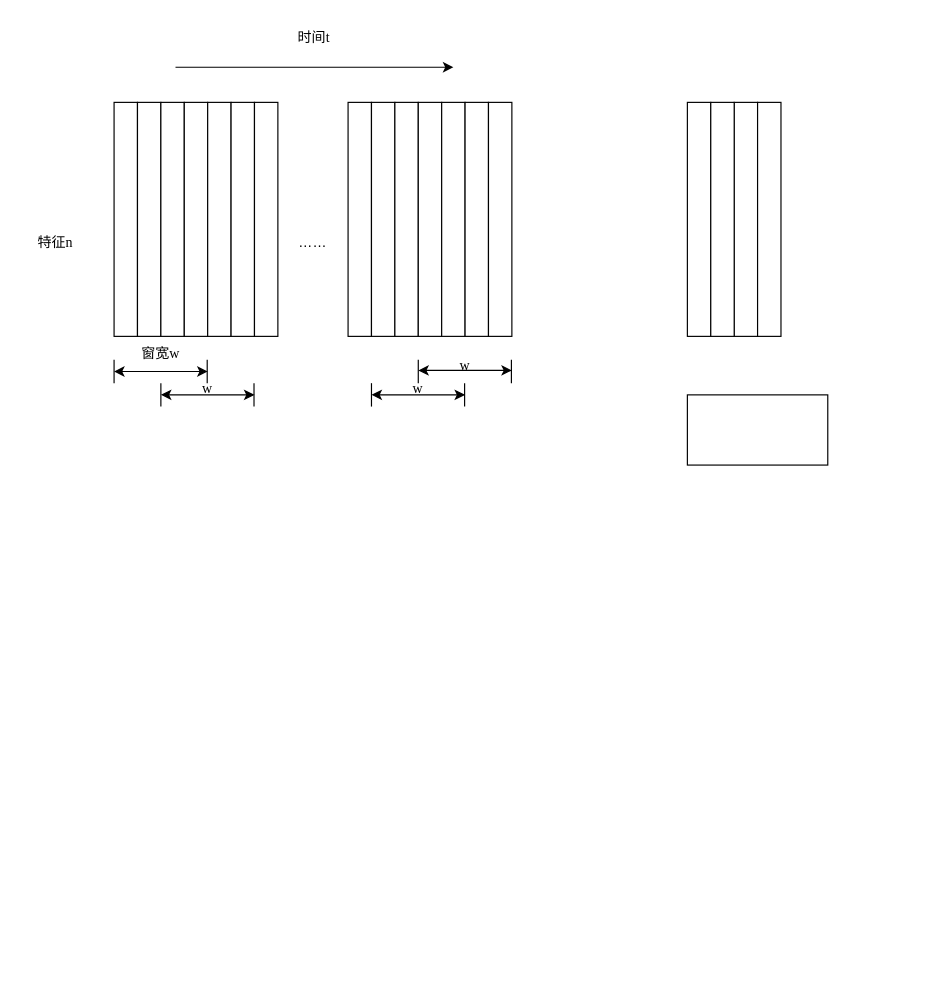
Abccccd/-2 keeps this draw.io diagram as 滑窗示意图.drawio. Above is the earlier version. Source tidied: cells renumbered, new cells numbered last; positions are measured from the earlier drawing's top-left corner, leaving out a move shared by most shapes. Both pictures are drawn from the tidied source at 117%, with x=0, y=0 at pixel (20, 20).
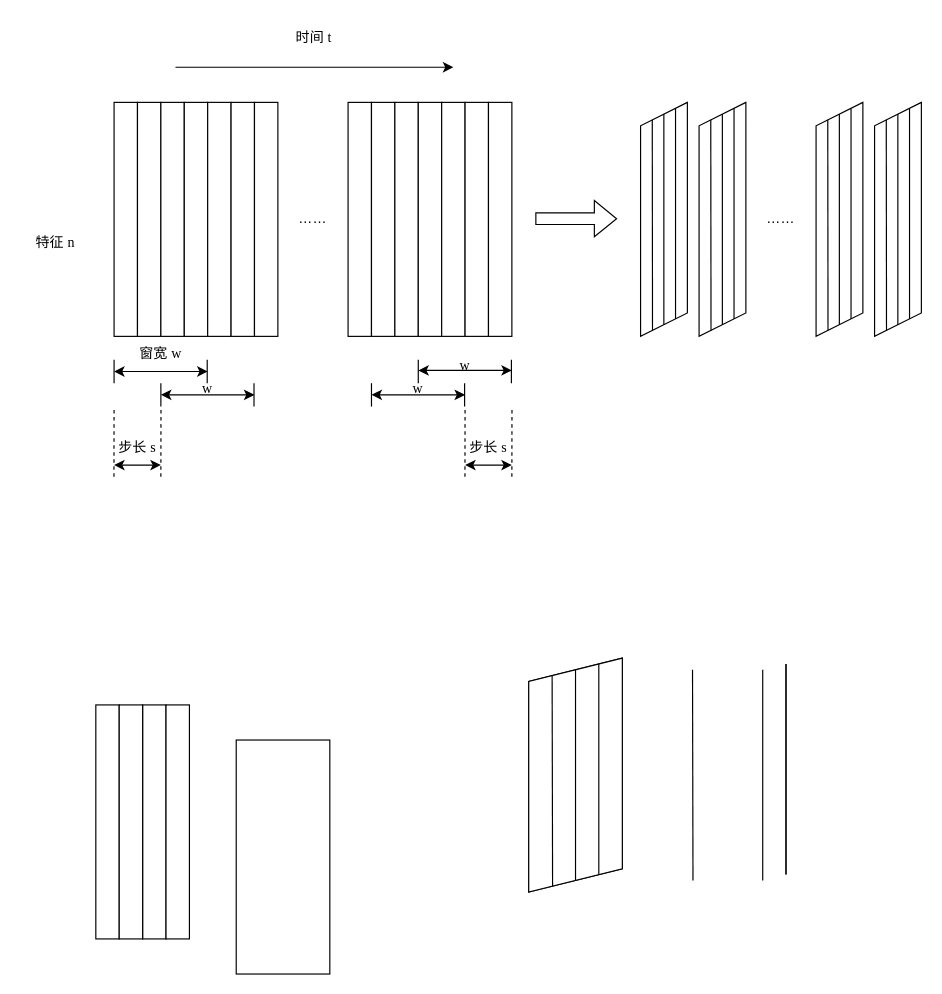
After the change.

Commit message (it also covers changes not shown here):
滑窗示意图.drawio

Change to the diagram source:
```diff
@@
+    <mxCell id="41" style="shape=parallelogram;perimeter=parallelogramPerimeter;whiteSpace=wrap;html=1;fixedSize=1;rotation=90;direction=west;flipH=1;" parent="1" vertex="1">
+      <mxGeometry x="374.4" y="605" width="200" height="80" as="geometry" />
+    </mxCell>
+    <mxCell id="42" style="endArrow=none;html=1;rounded=0;exitX=0.975;exitY=0.255;exitDx=0;exitDy=0;exitPerimeter=0;entryX=0.074;entryY=0.25;entryDx=0;entryDy=0;entryPerimeter=0;" parent="1" edge="1" source="41" target="41">
+      <mxGeometry relative="1" as="geometry" />
+    </mxCell>
+    <mxCell id="43" style="endArrow=none;html=1;rounded=0;exitX=0.975;exitY=0.255;exitDx=0;exitDy=0;exitPerimeter=0;entryX=0.074;entryY=0.25;entryDx=0;entryDy=0;entryPerimeter=0;" parent="1" edge="1">
+      <mxGeometry relative="1" as="geometry">
+        <mxPoint x="474.4" y="735" as="sourcePoint" />
+        <mxPoint x="474.4" y="555" as="targetPoint" />
+      </mxGeometry>
+    </mxCell>
+    <mxCell id="44" style="endArrow=none;html=1;rounded=0;exitX=0.975;exitY=0.255;exitDx=0;exitDy=0;exitPerimeter=0;entryX=0.074;entryY=0.25;entryDx=0;entryDy=0;entryPerimeter=0;" parent="1" edge="1">
+      <mxGeometry relative="1" as="geometry">
+        <mxPoint x="494.3" y="730" as="sourcePoint" />
+        <mxPoint x="494.3" y="550" as="targetPoint" />
+      </mxGeometry>
+    </mxCell>
+    <mxCell id="45" style="shape=parallelogram;perimeter=parallelogramPerimeter;whiteSpace=wrap;html=1;fixedSize=1;rotation=90;direction=west;flipH=1;" parent="1" vertex="1">
+      <mxGeometry x="374.4" y="605" width="200" height="80" as="geometry" />
+    </mxCell>
+    <mxCell id="46" style="endArrow=none;html=1;rounded=0;exitX=0.975;exitY=0.255;exitDx=0;exitDy=0;exitPerimeter=0;entryX=0.074;entryY=0.25;entryDx=0;entryDy=0;entryPerimeter=0;" parent="1" edge="1" source="45" target="45">
+      <mxGeometry relative="1" as="geometry" />
+    </mxCell>
+    <mxCell id="47" style="endArrow=none;html=1;rounded=0;exitX=0.975;exitY=0.255;exitDx=0;exitDy=0;exitPerimeter=0;entryX=0.074;entryY=0.25;entryDx=0;entryDy=0;entryPerimeter=0;" parent="1" edge="1">
+      <mxGeometry relative="1" as="geometry">
+        <mxPoint x="474.4" y="735" as="sourcePoint" />
+        <mxPoint x="474.4" y="555" as="targetPoint" />
+      </mxGeometry>
+    </mxCell>
+    <mxCell id="48" style="endArrow=none;html=1;rounded=0;exitX=0.975;exitY=0.255;exitDx=0;exitDy=0;exitPerimeter=0;entryX=0.074;entryY=0.25;entryDx=0;entryDy=0;entryPerimeter=0;" parent="1" edge="1">
+      <mxGeometry relative="1" as="geometry">
+        <mxPoint x="494.3" y="730" as="sourcePoint" />
+        <mxPoint x="494.3" y="550" as="targetPoint" />
+      </mxGeometry>
+    </mxCell>
@@
-    <mxCell id="16" value="特征&lt;font face=&quot;Times New Roman&quot;&gt;n&lt;/font&gt;" style="text;html=1;align=center;verticalAlign=middle;whiteSpace=wrap;rounded=0;" parent="1" vertex="1">
+    <mxCell id="16" value="特征&amp;nbsp;&lt;font face=&quot;Times New Roman&quot;&gt;n&lt;/font&gt;" style="text;html=1;align=center;verticalAlign=middle;whiteSpace=wrap;rounded=0;" parent="1" vertex="1">
       <mxGeometry y="140" width="60" height="100" as="geometry" />
     </mxCell>
-    <mxCell id="17" value="时间&lt;font face=&quot;Times New Roman&quot;&gt;t&lt;/font&gt;" style="text;html=1;align=center;verticalAlign=middle;whiteSpace=wrap;rounded=0;" parent="1" vertex="1">
+    <mxCell id="17" value="时间&amp;nbsp;&lt;font face=&quot;Times New Roman&quot;&gt;t&lt;/font&gt;" style="text;html=1;align=center;verticalAlign=middle;whiteSpace=wrap;rounded=0;" parent="1" vertex="1">
       <mxGeometry x="221.2" width="60" height="30" as="geometry" />
     </mxCell>
@@
-    <mxCell id="25" value="窗宽&lt;font face=&quot;Times New Roman&quot;&gt;w&lt;/font&gt;" style="text;html=1;align=center;verticalAlign=middle;whiteSpace=wrap;rounded=0;" parent="1" vertex="1">
+    <mxCell id="25" value="窗宽&amp;nbsp;&lt;font face=&quot;Times New Roman&quot;&gt;w&lt;/font&gt;" style="text;html=1;align=center;verticalAlign=middle;whiteSpace=wrap;rounded=0;" parent="1" vertex="1">
       <mxGeometry x="90" y="270" width="60" height="30" as="geometry" />
     </mxCell>
@@
     <mxCell id="35" value="&lt;font face=&quot;SimSun&quot;&gt;……&lt;/font&gt;" style="text;html=1;align=center;verticalAlign=middle;whiteSpace=wrap;rounded=0;" parent="1" vertex="1">
-      <mxGeometry x="220" y="175" width="60" height="30" as="geometry" />
+      <mxGeometry x="220" y="155" width="60" height="30" as="geometry" />
     </mxCell>
     <mxCell id="36" style="rounded=0;whiteSpace=wrap;html=1;" parent="1" vertex="1">
-      <mxGeometry x="570" y="70" width="20" height="200" as="geometry" />
+      <mxGeometry x="64.4" y="585" width="20" height="200" as="geometry" />
     </mxCell>
     <mxCell id="37" style="rounded=0;whiteSpace=wrap;html=1;" parent="1" vertex="1">
-      <mxGeometry x="610" y="70" width="20" height="200" as="geometry" />
+      <mxGeometry x="104.4" y="585" width="20" height="200" as="geometry" />
     </mxCell>
     <mxCell id="38" style="rounded=0;whiteSpace=wrap;html=1;" parent="1" vertex="1">
-      <mxGeometry x="630" y="70" width="20" height="200" as="geometry" />
+      <mxGeometry x="124.4" y="585" width="20" height="200" as="geometry" />
     </mxCell>
     <mxCell id="39" style="rounded=0;whiteSpace=wrap;html=1;" parent="1" vertex="1">
-      <mxGeometry x="590" y="70" width="20" height="200" as="geometry" />
+      <mxGeometry x="84.4" y="585" width="20" height="200" as="geometry" />
     </mxCell>
     <mxCell id="40" style="rounded=0;whiteSpace=wrap;html=1;" parent="1" vertex="1">
-      <mxGeometry x="570" y="320" width="120" height="60" as="geometry" />
+      <mxGeometry x="184.4" y="615" width="80" height="200" as="geometry" />
     </mxCell>
+    <mxCell id="49" style="endArrow=none;html=1;rounded=0;exitX=0.975;exitY=0.255;exitDx=0;exitDy=0;exitPerimeter=0;entryX=0.074;entryY=0.25;entryDx=0;entryDy=0;entryPerimeter=0;" parent="1" edge="1">
+      <mxGeometry relative="1" as="geometry">
+        <mxPoint x="574.8" y="735.1" as="sourcePoint" />
+        <mxPoint x="574.4" y="554.9" as="targetPoint" />
+      </mxGeometry>
+    </mxCell>
+    <mxCell id="50" style="endArrow=none;html=1;rounded=0;exitX=0.975;exitY=0.255;exitDx=0;exitDy=0;exitPerimeter=0;entryX=0.074;entryY=0.25;entryDx=0;entryDy=0;entryPerimeter=0;" parent="1" edge="1">
+      <mxGeometry relative="1" as="geometry">
+        <mxPoint x="634.4" y="735" as="sourcePoint" />
+        <mxPoint x="634.4" y="555" as="targetPoint" />
+      </mxGeometry>
+    </mxCell>
+    <mxCell id="51" style="endArrow=none;html=1;rounded=0;exitX=0.975;exitY=0.255;exitDx=0;exitDy=0;exitPerimeter=0;entryX=0.074;entryY=0.25;entryDx=0;entryDy=0;entryPerimeter=0;" parent="1" edge="1">
+      <mxGeometry relative="1" as="geometry">
+        <mxPoint x="654.3" y="730" as="sourcePoint" />
+        <mxPoint x="654.3" y="550" as="targetPoint" />
+      </mxGeometry>
+    </mxCell>
+    <mxCell id="52" style="endArrow=none;html=1;rounded=0;exitX=0.975;exitY=0.255;exitDx=0;exitDy=0;exitPerimeter=0;entryX=0.074;entryY=0.25;entryDx=0;entryDy=0;entryPerimeter=0;" parent="1" edge="1">
+      <mxGeometry relative="1" as="geometry">
+        <mxPoint x="654.3" y="730" as="sourcePoint" />
+        <mxPoint x="654.3" y="550" as="targetPoint" />
+      </mxGeometry>
+    </mxCell>
+    <mxCell id="53" style="group;" parent="1" vertex="1">
+      <mxGeometry x="530" y="70" width="40" height="200" as="geometry" />
+    </mxCell>
+    <mxCell id="54" style="endArrow=none;html=1;rounded=0;exitX=0.975;exitY=0.255;exitDx=0;exitDy=0;exitPerimeter=0;entryX=0.074;entryY=0.25;entryDx=0;entryDy=0;entryPerimeter=0;" parent="53" edge="1">
+      <mxGeometry relative="1" as="geometry">
+        <mxPoint x="20" y="190" as="sourcePoint" />
+        <mxPoint x="20" y="10" as="targetPoint" />
+      </mxGeometry>
+    </mxCell>
+    <mxCell id="55" style="group;" parent="53" vertex="1">
+      <mxGeometry width="40" height="200" as="geometry" />
+    </mxCell>
+    <mxCell id="56" style="group;" parent="55" vertex="1">
+      <mxGeometry width="40" height="200" as="geometry" />
+    </mxCell>
+    <mxCell id="57" style="shape=parallelogram;perimeter=parallelogramPerimeter;whiteSpace=wrap;html=1;fixedSize=1;rotation=90;direction=west;flipH=1;" parent="56" vertex="1">
+      <mxGeometry x="-80" y="80" width="200" height="40" as="geometry" />
+    </mxCell>
+    <mxCell id="58" style="endArrow=none;html=1;rounded=0;exitX=0.926;exitY=0.747;exitDx=0;exitDy=0;exitPerimeter=0;entryX=0.026;entryY=0.747;entryDx=0;entryDy=0;entryPerimeter=0;" parent="56" edge="1">
+      <mxGeometry relative="1" as="geometry">
+        <mxPoint x="19.9" y="190" as="sourcePoint" />
+        <mxPoint x="19.9" y="10" as="targetPoint" />
+      </mxGeometry>
+    </mxCell>
+    <mxCell id="59" style="endArrow=none;html=1;rounded=0;exitX=0.975;exitY=0.255;exitDx=0;exitDy=0;exitPerimeter=0;entryX=0.074;entryY=0.25;entryDx=0;entryDy=0;entryPerimeter=0;" parent="56" edge="1" source="57" target="57">
+      <mxGeometry relative="1" as="geometry" />
+    </mxCell>
+    <mxCell id="60" style="endArrow=none;html=1;rounded=0;exitX=0.926;exitY=0.747;exitDx=0;exitDy=0;exitPerimeter=0;entryX=0.026;entryY=0.747;entryDx=0;entryDy=0;entryPerimeter=0;" parent="56" edge="1" source="57" target="57">
+      <mxGeometry relative="1" as="geometry" />
+    </mxCell>
+    <mxCell id="61" style="group;" parent="1" vertex="1">
+      <mxGeometry x="580" y="70" width="40" height="200" as="geometry" />
+    </mxCell>
+    <mxCell id="62" style="endArrow=none;html=1;rounded=0;exitX=0.975;exitY=0.255;exitDx=0;exitDy=0;exitPerimeter=0;entryX=0.074;entryY=0.25;entryDx=0;entryDy=0;entryPerimeter=0;" parent="61" edge="1">
+      <mxGeometry relative="1" as="geometry">
+        <mxPoint x="20" y="190" as="sourcePoint" />
+        <mxPoint x="20" y="10" as="targetPoint" />
+      </mxGeometry>
+    </mxCell>
+    <mxCell id="63" style="group;" parent="61" vertex="1">
+      <mxGeometry width="40" height="200" as="geometry" />
+    </mxCell>
+    <mxCell id="64" style="group;" parent="63" vertex="1">
+      <mxGeometry width="40" height="200" as="geometry" />
+    </mxCell>
+    <mxCell id="65" style="shape=parallelogram;perimeter=parallelogramPerimeter;whiteSpace=wrap;html=1;fixedSize=1;rotation=90;direction=west;flipH=1;" parent="64" vertex="1">
+      <mxGeometry x="-80" y="80" width="200" height="40" as="geometry" />
+    </mxCell>
+    <mxCell id="66" style="endArrow=none;html=1;rounded=0;exitX=0.926;exitY=0.747;exitDx=0;exitDy=0;exitPerimeter=0;entryX=0.026;entryY=0.747;entryDx=0;entryDy=0;entryPerimeter=0;" parent="64" edge="1">
+      <mxGeometry relative="1" as="geometry">
+        <mxPoint x="19.9" y="190" as="sourcePoint" />
+        <mxPoint x="19.9" y="10" as="targetPoint" />
+      </mxGeometry>
+    </mxCell>
+    <mxCell id="67" style="endArrow=none;html=1;rounded=0;exitX=0.975;exitY=0.255;exitDx=0;exitDy=0;exitPerimeter=0;entryX=0.074;entryY=0.25;entryDx=0;entryDy=0;entryPerimeter=0;" parent="64" edge="1" source="65" target="65">
+      <mxGeometry relative="1" as="geometry" />
+    </mxCell>
+    <mxCell id="68" style="endArrow=none;html=1;rounded=0;exitX=0.926;exitY=0.747;exitDx=0;exitDy=0;exitPerimeter=0;entryX=0.026;entryY=0.747;entryDx=0;entryDy=0;entryPerimeter=0;" parent="64" edge="1" source="65" target="65">
+      <mxGeometry relative="1" as="geometry" />
+    </mxCell>
+    <mxCell id="69" value="&lt;font face=&quot;SimSun&quot;&gt;……&lt;/font&gt;" style="text;html=1;align=center;verticalAlign=middle;whiteSpace=wrap;rounded=0;" parent="1" vertex="1">
+      <mxGeometry x="620" y="127.5" width="60" height="85" as="geometry" />
+    </mxCell>
+    <mxCell id="70" style="group;" parent="1" vertex="1">
+      <mxGeometry x="680" y="70" width="40" height="200" as="geometry" />
+    </mxCell>
+    <mxCell id="71" style="endArrow=none;html=1;rounded=0;exitX=0.975;exitY=0.255;exitDx=0;exitDy=0;exitPerimeter=0;entryX=0.074;entryY=0.25;entryDx=0;entryDy=0;entryPerimeter=0;" parent="70" edge="1">
+      <mxGeometry relative="1" as="geometry">
+        <mxPoint x="20" y="190" as="sourcePoint" />
+        <mxPoint x="20" y="10" as="targetPoint" />
+      </mxGeometry>
+    </mxCell>
+    <mxCell id="72" style="group;" parent="70" vertex="1">
+      <mxGeometry width="40" height="200" as="geometry" />
+    </mxCell>
+    <mxCell id="73" style="group;" parent="72" vertex="1">
+      <mxGeometry width="40" height="200" as="geometry" />
+    </mxCell>
+    <mxCell id="74" style="shape=parallelogram;perimeter=parallelogramPerimeter;whiteSpace=wrap;html=1;fixedSize=1;rotation=90;direction=west;flipH=1;" parent="73" vertex="1">
+      <mxGeometry x="-80" y="80" width="200" height="40" as="geometry" />
+    </mxCell>
+    <mxCell id="75" style="endArrow=none;html=1;rounded=0;exitX=0.926;exitY=0.747;exitDx=0;exitDy=0;exitPerimeter=0;entryX=0.026;entryY=0.747;entryDx=0;entryDy=0;entryPerimeter=0;" parent="73" edge="1">
+      <mxGeometry relative="1" as="geometry">
+        <mxPoint x="19.9" y="190" as="sourcePoint" />
+        <mxPoint x="19.9" y="10" as="targetPoint" />
+      </mxGeometry>
+    </mxCell>
+    <mxCell id="76" style="endArrow=none;html=1;rounded=0;exitX=0.975;exitY=0.255;exitDx=0;exitDy=0;exitPerimeter=0;entryX=0.074;entryY=0.25;entryDx=0;entryDy=0;entryPerimeter=0;" parent="73" edge="1" source="74" target="74">
+      <mxGeometry relative="1" as="geometry" />
+    </mxCell>
+    <mxCell id="77" style="endArrow=none;html=1;rounded=0;exitX=0.926;exitY=0.747;exitDx=0;exitDy=0;exitPerimeter=0;entryX=0.026;entryY=0.747;entryDx=0;entryDy=0;entryPerimeter=0;" parent="73" edge="1" source="74" target="74">
+      <mxGeometry relative="1" as="geometry" />
+    </mxCell>
+    <mxCell id="78" style="group;" parent="1" vertex="1">
+      <mxGeometry x="730" y="70" width="40" height="200" as="geometry" />
+    </mxCell>
+    <mxCell id="79" style="endArrow=none;html=1;rounded=0;exitX=0.975;exitY=0.255;exitDx=0;exitDy=0;exitPerimeter=0;entryX=0.074;entryY=0.25;entryDx=0;entryDy=0;entryPerimeter=0;" parent="78" edge="1">
+      <mxGeometry relative="1" as="geometry">
+        <mxPoint x="20" y="190" as="sourcePoint" />
+        <mxPoint x="20" y="10" as="targetPoint" />
+      </mxGeometry>
+    </mxCell>
+    <mxCell id="80" style="group;" parent="78" vertex="1">
+      <mxGeometry width="40" height="200" as="geometry" />
+    </mxCell>
+    <mxCell id="81" style="group;" parent="80" vertex="1">
+      <mxGeometry width="40" height="200" as="geometry" />
+    </mxCell>
+    <mxCell id="82" style="shape=parallelogram;perimeter=parallelogramPerimeter;whiteSpace=wrap;html=1;fixedSize=1;rotation=90;direction=west;flipH=1;" parent="81" vertex="1">
+      <mxGeometry x="-80" y="80" width="200" height="40" as="geometry" />
+    </mxCell>
+    <mxCell id="83" style="endArrow=none;html=1;rounded=0;exitX=0.926;exitY=0.747;exitDx=0;exitDy=0;exitPerimeter=0;entryX=0.026;entryY=0.747;entryDx=0;entryDy=0;entryPerimeter=0;" parent="81" edge="1">
+      <mxGeometry relative="1" as="geometry">
+        <mxPoint x="19.9" y="190" as="sourcePoint" />
+        <mxPoint x="19.9" y="10" as="targetPoint" />
+      </mxGeometry>
+    </mxCell>
+    <mxCell id="84" style="endArrow=none;html=1;rounded=0;exitX=0.975;exitY=0.255;exitDx=0;exitDy=0;exitPerimeter=0;entryX=0.074;entryY=0.25;entryDx=0;entryDy=0;entryPerimeter=0;" parent="81" edge="1" source="82" target="82">
+      <mxGeometry relative="1" as="geometry" />
+    </mxCell>
+    <mxCell id="85" style="endArrow=none;html=1;rounded=0;exitX=0.926;exitY=0.747;exitDx=0;exitDy=0;exitPerimeter=0;entryX=0.026;entryY=0.747;entryDx=0;entryDy=0;entryPerimeter=0;" parent="81" edge="1" source="82" target="82">
+      <mxGeometry relative="1" as="geometry" />
+    </mxCell>
+    <mxCell id="86" style="shape=flexArrow;endArrow=classic;html=1;rounded=0;" parent="1" edge="1">
+      <mxGeometry relative="1" as="geometry">
+        <mxPoint x="440" y="169.4" as="sourcePoint" />
+        <mxPoint x="510" y="169.4" as="targetPoint" />
+      </mxGeometry>
+    </mxCell>
+    <mxCell id="87" style="endArrow=classic;startArrow=classic;html=1;rounded=0;" parent="1" edge="1">
+      <mxGeometry relative="1" as="geometry">
+        <mxPoint x="80" y="380" as="sourcePoint" />
+        <mxPoint x="120" y="380" as="targetPoint" />
+      </mxGeometry>
+    </mxCell>
+    <mxCell id="88" style="endArrow=none;html=1;rounded=0;dashed=1;" parent="1" edge="1">
+      <mxGeometry relative="1" as="geometry">
+        <mxPoint x="79.9" y="390" as="sourcePoint" />
+        <mxPoint x="80" y="330" as="targetPoint" />
+      </mxGeometry>
+    </mxCell>
+    <mxCell id="89" value="步长&amp;nbsp;&lt;font face=&quot;Times New Roman&quot;&gt;s&lt;/font&gt;" style="text;html=1;align=center;verticalAlign=middle;whiteSpace=wrap;rounded=0;" parent="1" vertex="1">
+      <mxGeometry x="70" y="350" width="60" height="30" as="geometry" />
+    </mxCell>
+    <mxCell id="90" style="endArrow=none;html=1;rounded=0;dashed=1;" parent="1" edge="1">
+      <mxGeometry relative="1" as="geometry">
+        <mxPoint x="120" y="390" as="sourcePoint" />
+        <mxPoint x="120.1" y="330" as="targetPoint" />
+      </mxGeometry>
+    </mxCell>
+    <mxCell id="91" style="endArrow=classic;startArrow=classic;html=1;rounded=0;" parent="1" edge="1">
+      <mxGeometry relative="1" as="geometry">
+        <mxPoint x="380" y="380" as="sourcePoint" />
+        <mxPoint x="420" y="380" as="targetPoint" />
+      </mxGeometry>
+    </mxCell>
+    <mxCell id="92" style="endArrow=none;html=1;rounded=0;dashed=1;" parent="1" edge="1">
+      <mxGeometry relative="1" as="geometry">
+        <mxPoint x="379.9" y="390" as="sourcePoint" />
+        <mxPoint x="380" y="330" as="targetPoint" />
+      </mxGeometry>
+    </mxCell>
+    <mxCell id="93" value="步长&amp;nbsp;&lt;font face=&quot;Times New Roman&quot;&gt;s&lt;/font&gt;" style="text;html=1;align=center;verticalAlign=middle;whiteSpace=wrap;rounded=0;" parent="1" vertex="1">
+      <mxGeometry x="370" y="350" width="60" height="30" as="geometry" />
+    </mxCell>
+    <mxCell id="94" style="endArrow=none;html=1;rounded=0;dashed=1;" parent="1" edge="1">
+      <mxGeometry relative="1" as="geometry">
+        <mxPoint x="420" y="390" as="sourcePoint" />
+        <mxPoint x="420.1" y="330" as="targetPoint" />
+      </mxGeometry>
+    </mxCell>
```
